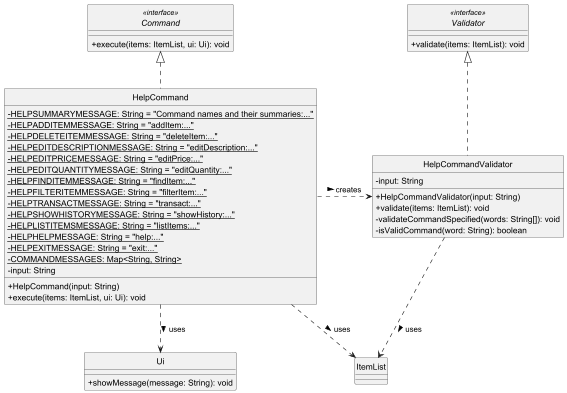
The PlantUML diagram docs/diagrams/HelpCommandClassDiagram.png in adbsw/tp, before a commit.
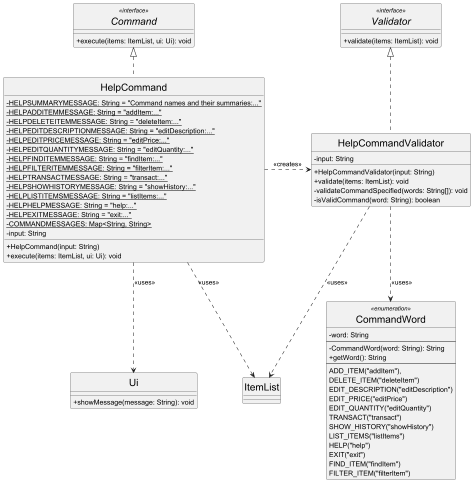
The same file after the commit.

The edit, as a diff of the source:
```diff
@@ -2,6 +2,7 @@
 skinparam monochrome true
 skinparam shadowing false
 skinparam classAttributeIconSize 0
+skinparam classFontSize 20
 hide circle
 
 interface Command <<interface>> {
@@ -40,6 +41,26 @@
     - isValidCommand(word: String): boolean
 }
 
+enum CommandWord <<enumeration>> {
+    - word: String
+    --
+    - CommandWord(word: String): String
+    + getWord(): String
+    --
+    ADD_ITEM("addItem"),
+    DELETE_ITEM("deleteItem")
+    EDIT_DESCRIPTION("editDescription")
+    EDIT_PRICE("editPrice")
+    EDIT_QUANTITY("editQuantity")
+    TRANSACT("transact")
+    SHOW_HISTORY("showHistory")
+    LIST_ITEMS("listItems")
+    HELP("help")
+    EXIT("exit")
+    FIND_ITEM("findItem")
+    FILTER_ITEM("filterItem")
+}
+
 class ItemList
 
 class Ui {
@@ -49,10 +70,12 @@
 Command <|.. HelpCommand
 Validator <|.. HelpCommandValidator
 
-HelpCommand .right.> HelpCommandValidator : creates >
-HelpCommand ..> Ui : uses >
-HelpCommand ..> ItemList : uses >
+HelpCommand .right.> HelpCommandValidator : <<creates>>
+HelpCommand ..> Ui : <<uses>>
+HelpCommand ..> ItemList : <<uses>>
 
-HelpCommandValidator ..> ItemList : uses >
+HelpCommandValidator ..> CommandWord : <<uses>>
+HelpCommandValidator ..> ItemList : <<uses>>
+
 
 @enduml
```
